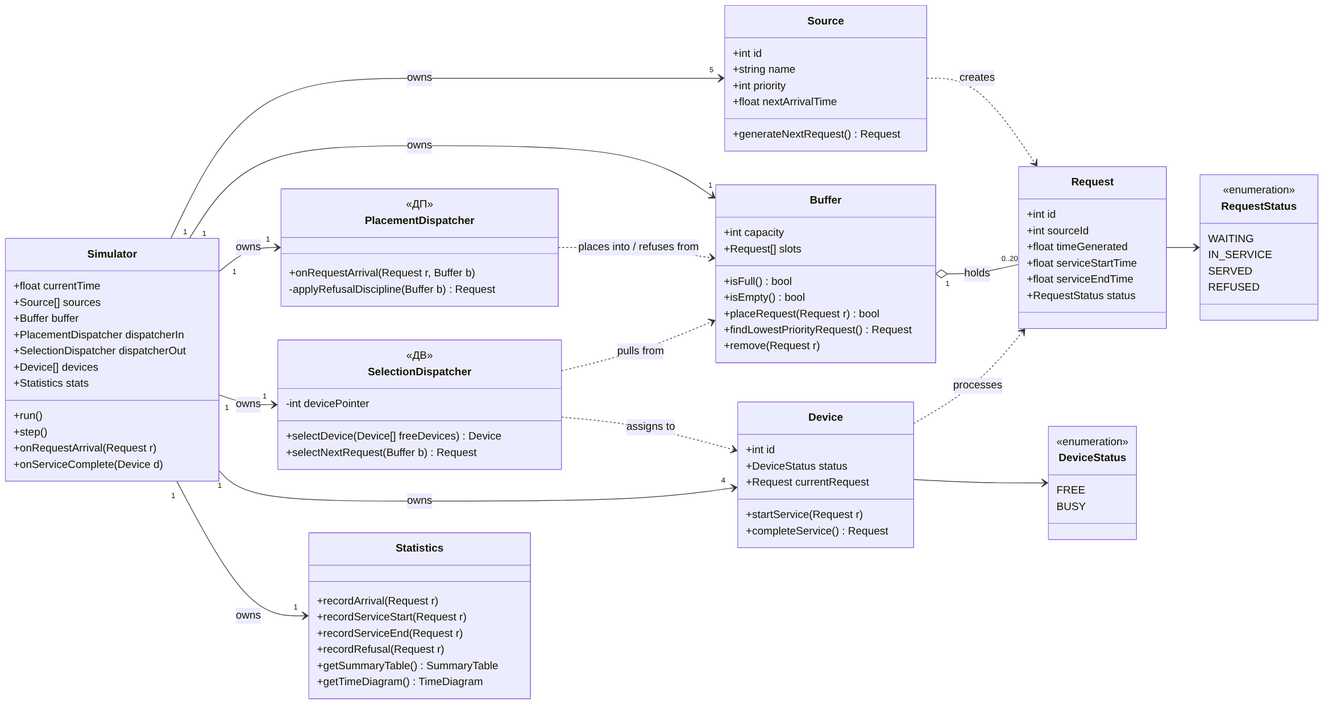
The Mermaid diagram class-diagram.png in abdelrhmanbaha/smo-v24-commodity-trading, before a commit. Its source is kept beside it as class-diagram.mmd. Source of this version:
```mermaid
classDiagram
    direction LR

    class Source {
        +int id
        +string name
        +int priority
        +float nextArrivalTime
        +generateNextRequest() Request
    }

    class Request {
        +int id
        +int sourceId
        +float timeGenerated
        +float serviceStartTime
        +float serviceEndTime
        +RequestStatus status
    }

    class Buffer {
        +int capacity
        +Request[] slots
        +isFull() bool
        +isEmpty() bool
        +placeRequest(Request r) bool
        +findLowestPriorityRequest() Request
        +remove(Request r)
    }

    class PlacementDispatcher {
        <<ДП>>
        +onRequestArrival(Request r, Buffer b)
        -applyRefusalDiscipline(Buffer b) Request
    }

    class SelectionDispatcher {
        <<ДВ>>
        -int devicePointer
        +selectDevice(Device[] freeDevices) Device
        +selectNextRequest(Buffer b) Request
    }

    class Device {
        +int id
        +DeviceStatus status
        +Request currentRequest
        +startService(Request r)
        +completeService() Request
    }

    class Simulator {
        +float currentTime
        +Source[] sources
        +Buffer buffer
        +PlacementDispatcher dispatcherIn
        +SelectionDispatcher dispatcherOut
        +Device[] devices
        +Statistics stats
        +run()
        +step()
        +onRequestArrival(Request r)
        +onServiceComplete(Device d)
    }

    class Statistics {
        +recordArrival(Request r)
        +recordServiceStart(Request r)
        +recordServiceEnd(Request r)
        +recordRefusal(Request r)
        +getSummaryTable() SummaryTable
        +getTimeDiagram() TimeDiagram
    }

    class RequestStatus {
        <<enumeration>>
        WAITING
        IN_SERVICE
        SERVED
        REFUSED
    }

    class DeviceStatus {
        <<enumeration>>
        FREE
        BUSY
    }

    Simulator "1" --> "5" Source : owns
    Simulator "1" --> "1" Buffer : owns
    Simulator "1" --> "1" PlacementDispatcher : owns
    Simulator "1" --> "1" SelectionDispatcher : owns
    Simulator "1" --> "4" Device : owns
    Simulator "1" --> "1" Statistics : owns
    Source ..> Request : creates
    Buffer "1" o-- "0..20" Request : holds
    PlacementDispatcher ..> Buffer : places into / refuses from
    SelectionDispatcher ..> Buffer : pulls from
    SelectionDispatcher ..> Device : assigns to
    Device ..> Request : processes
    Request --> RequestStatus
    Device --> DeviceStatus
```
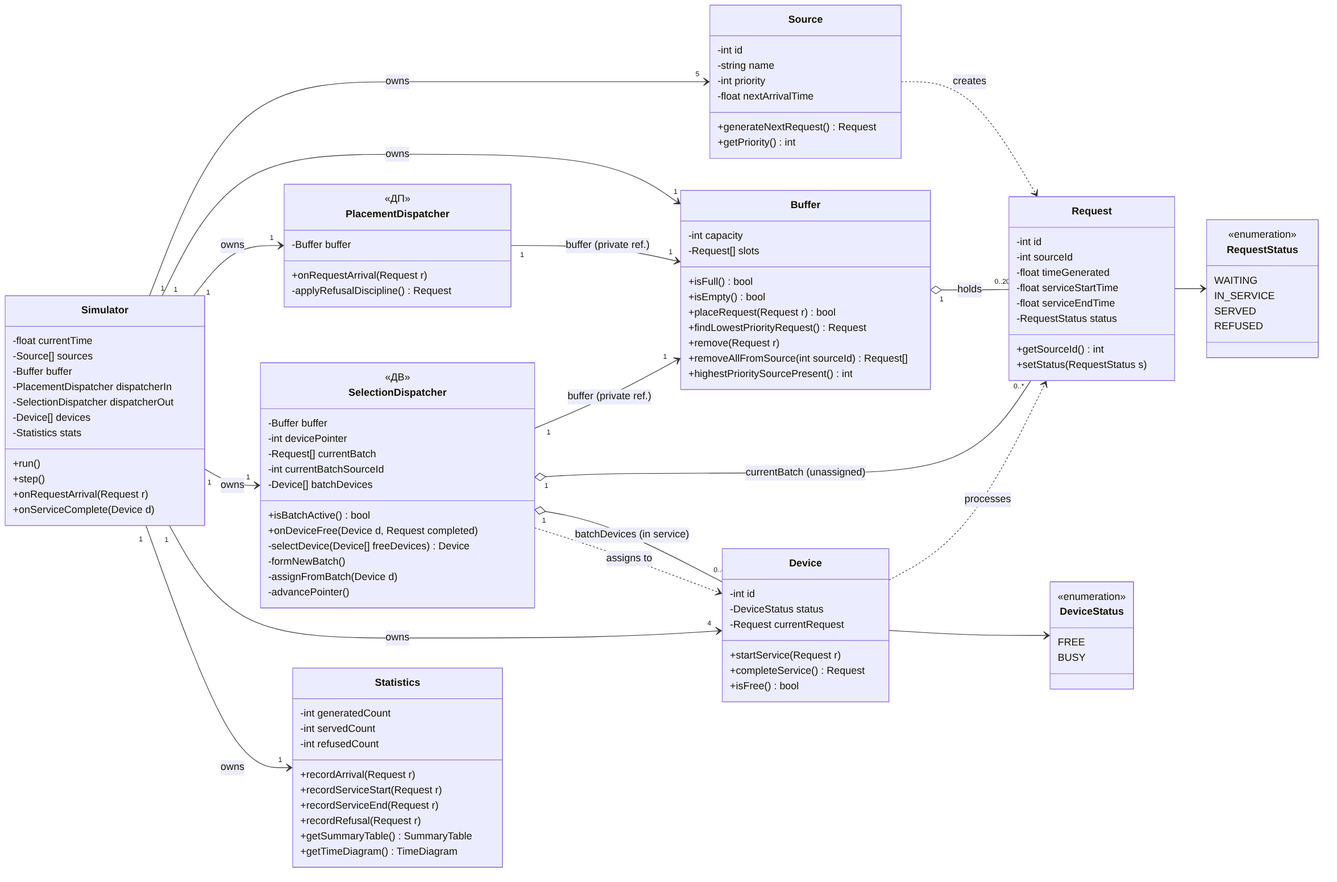
Above is the later version.

The edit, as a diff of the source:
```diff
@@ -2,61 +2,76 @@
     direction LR
 
     class Source {
-        +int id
-        +string name
-        +int priority
-        +float nextArrivalTime
+        -int id
+        -string name
+        -int priority
+        -float nextArrivalTime
         +generateNextRequest() Request
+        +getPriority() int
     }
 
     class Request {
-        +int id
-        +int sourceId
-        +float timeGenerated
-        +float serviceStartTime
-        +float serviceEndTime
-        +RequestStatus status
+        -int id
+        -int sourceId
+        -float timeGenerated
+        -float serviceStartTime
+        -float serviceEndTime
+        -RequestStatus status
+        +getSourceId() int
+        +setStatus(RequestStatus s)
     }
 
     class Buffer {
-        +int capacity
-        +Request[] slots
+        -int capacity
+        -Request[] slots
         +isFull() bool
         +isEmpty() bool
         +placeRequest(Request r) bool
         +findLowestPriorityRequest() Request
         +remove(Request r)
+        +removeAllFromSource(int sourceId) Request[]
+        +highestPrioritySourcePresent() int
     }
 
     class PlacementDispatcher {
         <<ДП>>
-        +onRequestArrival(Request r, Buffer b)
-        -applyRefusalDiscipline(Buffer b) Request
+        -Buffer buffer
+        +onRequestArrival(Request r)
+        -applyRefusalDiscipline() Request
     }
 
     class SelectionDispatcher {
         <<ДВ>>
+        -Buffer buffer
         -int devicePointer
-        +selectDevice(Device[] freeDevices) Device
-        +selectNextRequest(Buffer b) Request
+        -Request[] currentBatch
+        -int currentBatchSourceId
+        -Device[] batchDevices
+        +isBatchActive() bool
+        +onDeviceFree(Device d, Request completed)
+        -selectDevice(Device[] freeDevices) Device
+        -formNewBatch()
+        -assignFromBatch(Device d)
+        -advancePointer()
     }
 
     class Device {
-        +int id
-        +DeviceStatus status
-        +Request currentRequest
+        -int id
+        -DeviceStatus status
+        -Request currentRequest
         +startService(Request r)
         +completeService() Request
+        +isFree() bool
     }
 
     class Simulator {
-        +float currentTime
-        +Source[] sources
-        +Buffer buffer
-        +PlacementDispatcher dispatcherIn
-        +SelectionDispatcher dispatcherOut
-        +Device[] devices
-        +Statistics stats
+        -float currentTime
+        -Source[] sources
+        -Buffer buffer
+        -PlacementDispatcher dispatcherIn
+        -SelectionDispatcher dispatcherOut
+        -Device[] devices
+        -Statistics stats
         +run()
         +step()
         +onRequestArrival(Request r)
@@ -64,6 +79,9 @@
     }
 
     class Statistics {
+        -int generatedCount
+        -int servedCount
+        -int refusedCount
         +recordArrival(Request r)
         +recordServiceStart(Request r)
         +recordServiceEnd(Request r)
@@ -94,8 +112,10 @@
     Simulator "1" --> "1" Statistics : owns
     Source ..> Request : creates
     Buffer "1" o-- "0..20" Request : holds
-    PlacementDispatcher ..> Buffer : places into / refuses from
-    SelectionDispatcher ..> Buffer : pulls from
+    PlacementDispatcher "1" --> "1" Buffer : buffer (private ref.)
+    SelectionDispatcher "1" --> "1" Buffer : buffer (private ref.)
+    SelectionDispatcher "1" o-- "0..*" Request : currentBatch (unassigned)
+    SelectionDispatcher "1" o-- "0..4" Device : batchDevices (in service)
     SelectionDispatcher ..> Device : assigns to
     Device ..> Request : processes
     Request --> RequestStatus
```
